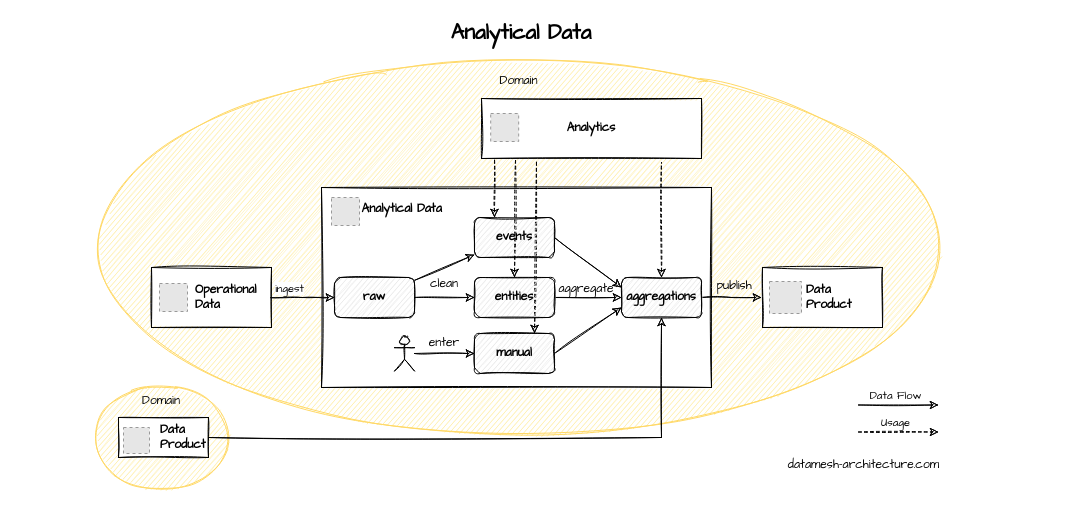
The draw.io diagram diagrams/analyticaldata.drawio in datamesh-architecture/datamesh-architecture.com, before the edit. Source tidied: cells renumbered, new cells numbered last; positions are measured from the earlier drawing's top-left corner, leaving out a move shared by most shapes. Both pictures are drawn from the tidied source at 100%, with x=0, y=0 at pixel (76, 17). Pictures stored in the file or linked from it are replaced by grey dashed boxes.
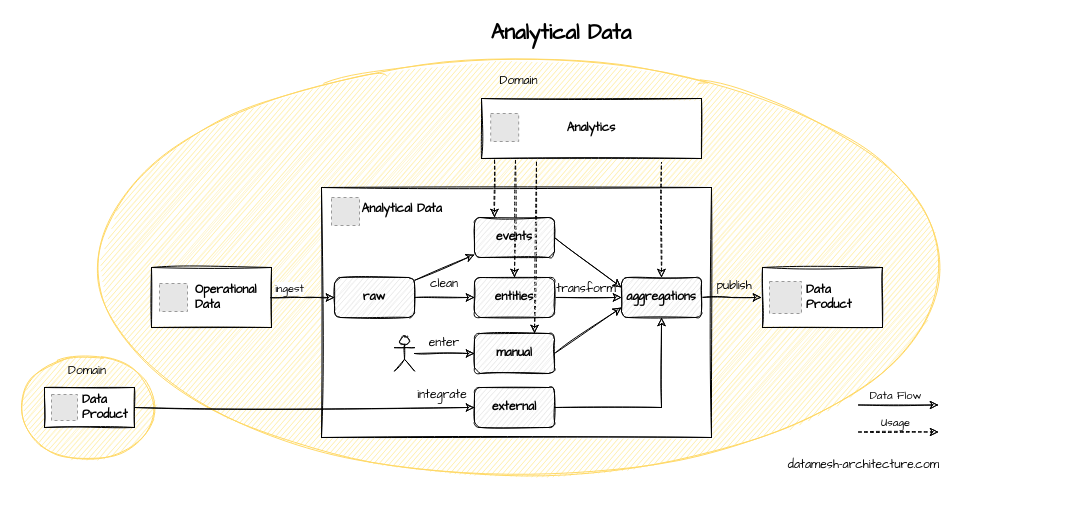
Above is the later version.

Unchanged cells that the change refers to:
```xml
<mxCell id="24" value="aggregations" style="rounded=1;whiteSpace=wrap;html=1;fontStyle=1;fontFamily=Architects Daughter;sketch=1;fillStyle=hachure;fillColor=#E3E3E3;" parent="1" vertex="1">
  <mxGeometry x="545" y="260" width="80" height="40" as="geometry" />
</mxCell>
```

The edit, as a diff of the source:
```diff
@@
     <mxCell id="2" value="Domain" style="ellipse;whiteSpace=wrap;html=1;verticalAlign=top;fillColor=#FFEB99;sketch=1;fontFamily=Architects Daughter;strokeColor=#FFD966;" parent="1" vertex="1">
-      <mxGeometry x="0.2" y="50" width="884.8" height="360" as="geometry" />
+      <mxGeometry x="0.2" y="50" width="884.8" height="400" as="geometry" />
     </mxCell>
     <mxCell id="3" value="&amp;nbsp; Analytical Data" style="rounded=0;whiteSpace=wrap;html=1;fontStyle=1;verticalAlign=top;align=left;fontFamily=Architects Daughter;sketch=1;spacingLeft=29;spacingTop=8;" parent="1" vertex="1">
-      <mxGeometry x="245" y="170" width="390" height="200" as="geometry" />
+      <mxGeometry x="245" y="170" width="390" height="250" as="geometry" />
     </mxCell>
@@
-    <mxCell id="27" value="aggregate" style="text;html=1;strokeColor=none;fillColor=none;align=center;verticalAlign=middle;whiteSpace=wrap;rounded=0;fontFamily=Architects Daughter;sketch=1;" parent="1" vertex="1">
+    <mxCell id="27" value="transform" style="text;html=1;strokeColor=none;fillColor=none;align=center;verticalAlign=middle;whiteSpace=wrap;rounded=0;fontFamily=Architects Daughter;sketch=1;" parent="1" vertex="1">
       <mxGeometry x="480" y="257" width="60" height="30" as="geometry" />
     </mxCell>
@@
     <mxCell id="29" value="Analytical Data" style="text;html=1;strokeColor=none;fillColor=none;align=center;verticalAlign=middle;whiteSpace=wrap;rounded=0;sketch=1;fontFamily=Architects Daughter;fontSize=21;fontStyle=1;" parent="1" vertex="1">
-      <mxGeometry x="15" width="860" height="30" as="geometry" />
+      <mxGeometry x="-25" width="1020" height="30" as="geometry" />
     </mxCell>
@@
     <mxCell id="38" value="Domain" style="ellipse;whiteSpace=wrap;html=1;verticalAlign=top;sketch=1;fontFamily=Architects Daughter;strokeColor=#FFD966;fillColor=#FFEB99;" parent="1" vertex="1">
-      <mxGeometry x="15" y="370" width="140" height="100" as="geometry" />
+      <mxGeometry x="-59" y="340" width="140" height="100" as="geometry" />
     </mxCell>
     <mxCell id="39" style="group;" parent="1" vertex="1">
-      <mxGeometry x="42" y="400" width="90" height="40" as="geometry" />
+      <mxGeometry x="-32" y="370" width="90" height="40" as="geometry" />
     </mxCell>
-    <mxCell id="40" value="Data Product" style="rounded=0;whiteSpace=wrap;html=1;fontStyle=1;sketch=1;fontFamily=Architects Daughter;spacingLeft=40;align=left;" parent="39" vertex="1">
+    <mxCell id="40" value="Data Product" style="rounded=0;whiteSpace=wrap;html=1;fontStyle=1;sketch=1;fontFamily=Architects Daughter;spacingLeft=36;align=left;" parent="39" vertex="1">
       <mxGeometry width="90" height="40" as="geometry" />
     </mxCell>
     <mxCell id="41" style="fillColor=#E6E6E6;strokeColor=#999999;dashed=1;verticalLabelPosition=bottom;labelBackgroundColor=#ffffff;verticalAlign=top;" parent="39" vertex="1">
-      <mxGeometry x="5" y="10" width="26" height="26" as="geometry" />
+      <mxGeometry x="7" y="7" width="26" height="26" as="geometry" />
     </mxCell>
@@
-    <mxCell id="45" style="edgeStyle=orthogonalEdgeStyle;rounded=0;jettySize=auto;html=1;entryX=0.5;entryY=1;entryDx=0;entryDy=0;fontFamily=Architects Daughter;sketch=1;exitX=1;exitY=0.5;exitDx=0;exitDy=0;" parent="1" edge="1" source="40" target="24">
+    <mxCell id="45" style="edgeStyle=orthogonalEdgeStyle;rounded=0;jettySize=auto;html=1;entryX=0;entryY=0.5;entryDx=0;entryDy=0;fontFamily=Architects Daughter;sketch=1;exitX=1;exitY=0.5;exitDx=0;exitDy=0;" parent="1" edge="1" source="40" target="46">
       <mxGeometry relative="1" as="geometry" />
     </mxCell>
+    <mxCell id="46" value="external" style="rounded=1;whiteSpace=wrap;html=1;fontStyle=1;fontFamily=Architects Daughter;sketch=1;fillStyle=hachure;fillColor=#E3E3E3;" parent="1" vertex="1">
+      <mxGeometry x="398" y="370" width="80" height="40" as="geometry" />
+    </mxCell>
+    <mxCell id="47" style="rounded=0;jettySize=auto;html=1;entryX=0.5;entryY=1;entryDx=0;entryDy=0;exitX=1;exitY=0.5;exitDx=0;exitDy=0;fontFamily=Architects Daughter;sketch=1;" parent="1" edge="1" source="46" target="24">
+      <mxGeometry relative="1" as="geometry">
+        <Array as="points">
+          <mxPoint x="585" y="390" />
+        </Array>
+      </mxGeometry>
+    </mxCell>
+    <mxCell id="48" value="integrate" style="text;html=1;strokeColor=none;fillColor=none;align=center;verticalAlign=middle;whiteSpace=wrap;rounded=0;fontFamily=Architects Daughter;sketch=1;" parent="1" vertex="1">
+      <mxGeometry x="336" y="363" width="60" height="30" as="geometry" />
+    </mxCell>
```
